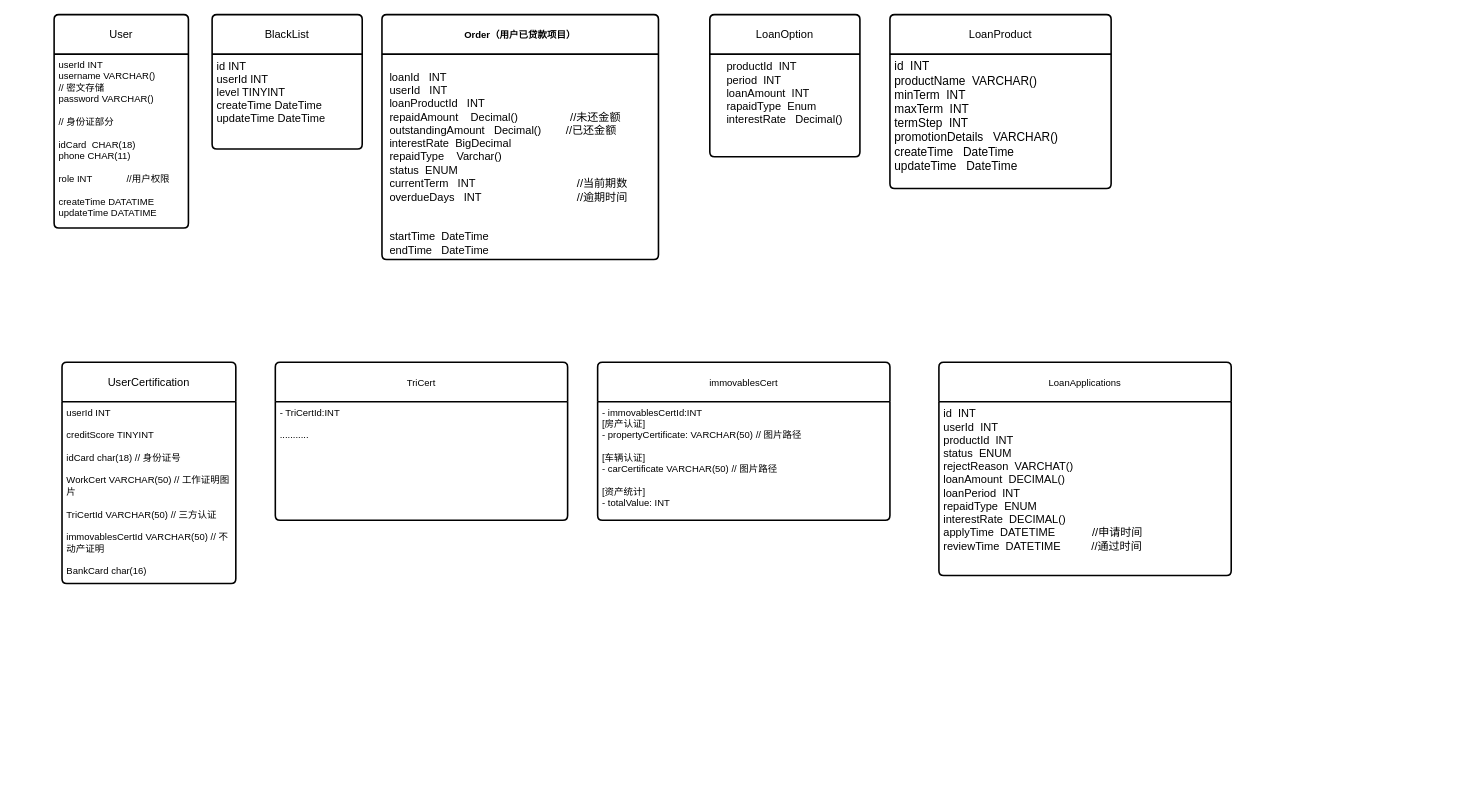
Earlier version of the draw.io diagram 需求分析/数据库图.drawio (syntheticfeather/Conpre_object). Source tidied: cells renumbered, new cells numbered last; positions are measured from the earlier drawing's top-left corner, leaving out a move shared by most shapes. Both pictures are drawn from the tidied source at 79%, with x=0, y=0 at pixel (54, 14).
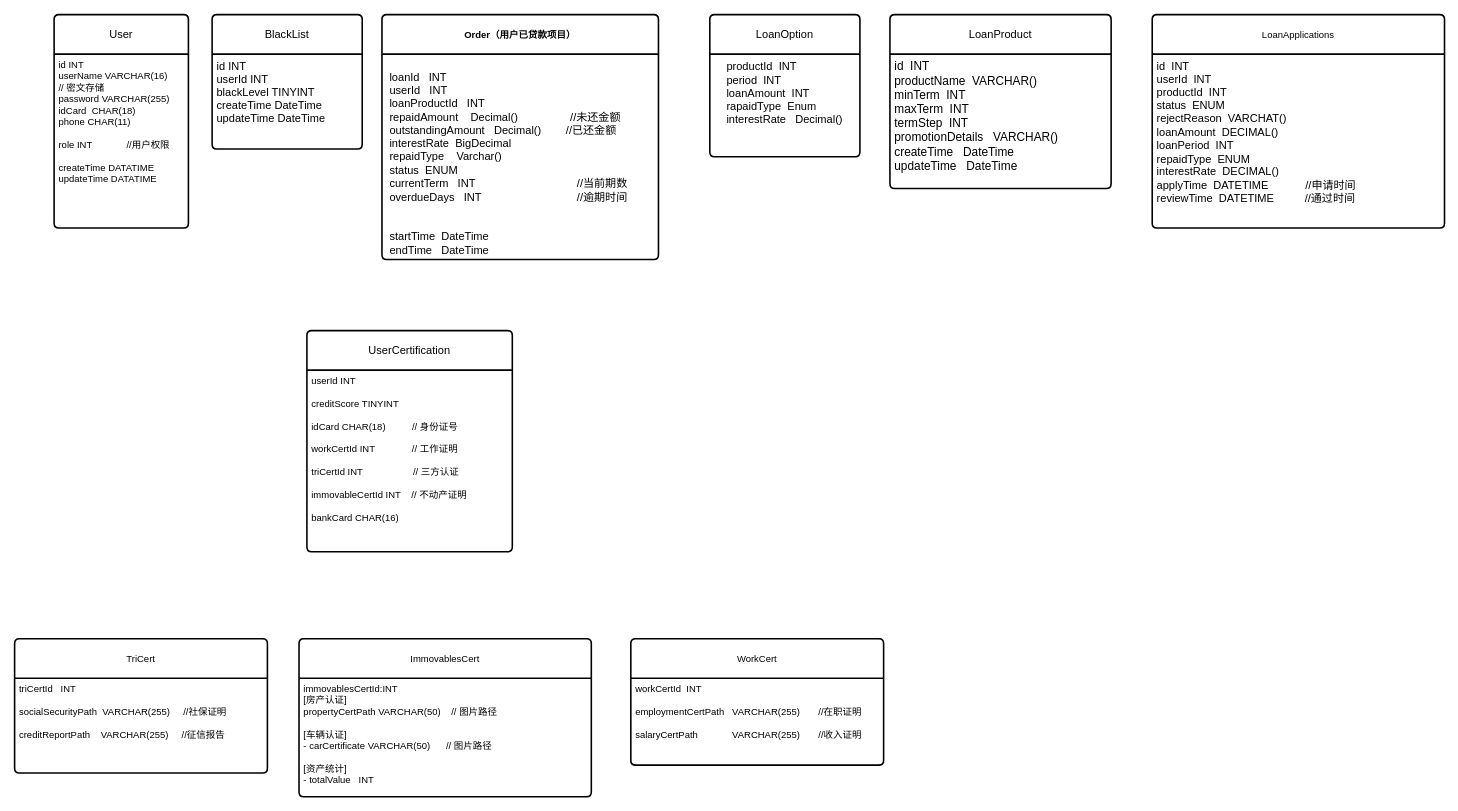
Above is the later version.

The change refers to these unchanged cells:
```xml
<mxCell id="6" value="User" style="swimlane;horizontal=1;startSize=50;rounded=1;fontSize=14;fontStyle=0;strokeWidth=2;shadow=0;dashed=0;align=center;arcSize=4;whiteSpace=wrap;html=1;" parent="1" vertex="1">
  <mxGeometry width="170" height="270" as="geometry" />
</mxCell>
<mxCell id="8" value="BlackList" style="swimlane;horizontal=1;startSize=50;rounded=1;fontSize=14;fontStyle=0;strokeWidth=2;shadow=0;dashed=0;align=center;arcSize=4;whiteSpace=wrap;html=1;" parent="1" vertex="1">
  <mxGeometry x="200" width="190" height="170" as="geometry" />
</mxCell>
```

What changed in the source:
```diff
@@
-    <mxCell id="7" value="userId INT&lt;div&gt;username VARCHAR()&lt;/div&gt;&lt;div&gt;// 密文存储&lt;/div&gt;&lt;div&gt;password VARCHAR()&lt;/div&gt;&lt;div&gt;&lt;br&gt;&lt;/div&gt;&lt;div&gt;// 身份证部分&lt;/div&gt;&lt;div&gt;&lt;br&gt;&lt;/div&gt;&lt;div&gt;idCard&amp;nbsp; CHAR(18)&lt;/div&gt;&lt;div&gt;phone&amp;nbsp;CHAR(11)&lt;/div&gt;&lt;div&gt;&lt;br&gt;&lt;/div&gt;&lt;div&gt;role INT&amp;nbsp; &amp;nbsp; &amp;nbsp; &amp;nbsp; &amp;nbsp; &amp;nbsp; &amp;nbsp;//用户权限&lt;/div&gt;&lt;div&gt;&lt;br&gt;&lt;/div&gt;&lt;div&gt;createTime&amp;nbsp;DATATIME&lt;/div&gt;&lt;div&gt;updateTime&amp;nbsp;DATATIME&lt;/div&gt;&lt;div&gt;&lt;br&gt;&lt;/div&gt;" style="align=left;strokeColor=none;fillColor=none;spacingLeft=4;spacingRight=4;fontSize=12;verticalAlign=top;html=1;whiteSpace=wrap;" parent="6" vertex="1">
+    <mxCell id="7" value="id INT&lt;div&gt;userName VARCHAR(16)&lt;/div&gt;&lt;div&gt;// 密文存储&lt;/div&gt;&lt;div&gt;password VARCHAR(255)&lt;/div&gt;&lt;div&gt;idCard&amp;nbsp; CHAR(18)&lt;/div&gt;&lt;div&gt;phone&amp;nbsp;CHAR(11)&lt;/div&gt;&lt;div&gt;&lt;br&gt;&lt;/div&gt;&lt;div&gt;role INT&amp;nbsp; &amp;nbsp; &amp;nbsp; &amp;nbsp; &amp;nbsp; &amp;nbsp; &amp;nbsp;//用户权限&lt;/div&gt;&lt;div&gt;&lt;br&gt;&lt;/div&gt;&lt;div&gt;createTime&amp;nbsp;DATATIME&lt;/div&gt;&lt;div&gt;updateTime&amp;nbsp;DATATIME&lt;/div&gt;&lt;div&gt;&lt;br&gt;&lt;/div&gt;" style="align=left;strokeColor=none;fillColor=none;spacingLeft=4;spacingRight=4;fontSize=12;verticalAlign=top;html=1;whiteSpace=wrap;" parent="6" vertex="1">
       <mxGeometry y="50" width="170" height="220" as="geometry" />
     </mxCell>
@@
-    <mxCell id="9" value="&lt;font style=&quot;font-size: 14px;&quot;&gt;id INT&lt;/font&gt;&lt;div&gt;&lt;span style=&quot;font-size: 14px;&quot;&gt;userId INT&lt;br&gt;&lt;/span&gt;&lt;div&gt;&lt;font style=&quot;font-size: 14px;&quot;&gt;level TINYINT&lt;/font&gt;&lt;/div&gt;&lt;div&gt;&lt;font style=&quot;font-size: 14px;&quot;&gt;createTime DateTime&lt;/font&gt;&lt;/div&gt;&lt;div&gt;&lt;font style=&quot;font-size: 14px;&quot;&gt;updateTime DateTime&lt;/font&gt;&lt;/div&gt;&lt;/div&gt;" style="align=left;strokeColor=none;fillColor=none;spacingLeft=4;spacingRight=4;fontSize=12;verticalAlign=top;html=1;whiteSpace=wrap;" parent="8" vertex="1">
+    <mxCell id="9" value="&lt;font style=&quot;font-size: 14px;&quot;&gt;id INT&lt;/font&gt;&lt;div&gt;&lt;span style=&quot;font-size: 14px;&quot;&gt;userId INT&lt;br&gt;&lt;/span&gt;&lt;div&gt;&lt;font style=&quot;font-size: 14px;&quot;&gt;blackLevel TINYINT&lt;/font&gt;&lt;/div&gt;&lt;div&gt;&lt;font style=&quot;font-size: 14px;&quot;&gt;createTime DateTime&lt;/font&gt;&lt;/div&gt;&lt;div&gt;&lt;font style=&quot;font-size: 14px;&quot;&gt;updateTime DateTime&lt;/font&gt;&lt;/div&gt;&lt;/div&gt;" style="align=left;strokeColor=none;fillColor=none;spacingLeft=4;spacingRight=4;fontSize=12;verticalAlign=top;html=1;whiteSpace=wrap;" parent="8" vertex="1">
       <mxGeometry y="50" width="190" height="120" as="geometry" />
     </mxCell>
     <mxCell id="10" value="UserCertification" style="swimlane;horizontal=1;startSize=50;rounded=1;fontSize=14;fontStyle=0;strokeWidth=2;shadow=0;dashed=0;align=center;arcSize=4;whiteSpace=wrap;html=1;" parent="1" vertex="1">
-      <mxGeometry x="10" y="440" width="220" height="280" as="geometry" />
+      <mxGeometry x="320" y="400" width="260" height="280" as="geometry" />
     </mxCell>
-    <mxCell id="11" value="&lt;div&gt;userId INT&lt;/div&gt;&lt;div&gt;&lt;br&gt;&lt;/div&gt;&lt;div&gt;creditScore&amp;nbsp;TINYINT&lt;/div&gt;&lt;div&gt;&lt;br&gt;&lt;/div&gt;idCard char(18) // 身份证号&lt;div&gt;&lt;br&gt;&lt;/div&gt;&lt;div&gt;WorkCert VARCHAR(50) // 工作证明图片&lt;/div&gt;&lt;div&gt;&lt;br&gt;&lt;/div&gt;&lt;div&gt;TriCertId VARCHAR(50) // 三方认证&lt;/div&gt;&lt;div&gt;&lt;br&gt;&lt;/div&gt;&lt;div&gt;immovablesCertId VARCHAR(50) // 不动产证明&lt;/div&gt;&lt;div&gt;&lt;br&gt;&lt;/div&gt;&lt;div&gt;BankCard char(16)&lt;/div&gt;" style="align=left;strokeColor=none;fillColor=none;spacingLeft=4;spacingRight=4;fontSize=12;verticalAlign=top;html=1;whiteSpace=wrap;" parent="10" vertex="1">
-      <mxGeometry y="50" width="220" height="230" as="geometry" />
+    <mxCell id="11" value="&lt;div&gt;userId INT&lt;/div&gt;&lt;div&gt;&lt;br&gt;&lt;/div&gt;&lt;div&gt;creditScore&amp;nbsp;TINYINT&lt;/div&gt;&lt;div&gt;&lt;br&gt;&lt;/div&gt;idCard CHAR(18)&amp;nbsp; &amp;nbsp; &amp;nbsp; &amp;nbsp; &amp;nbsp; // 身份证号&lt;div&gt;&lt;br&gt;&lt;/div&gt;&lt;div&gt;workCertId INT&amp;nbsp; &amp;nbsp; &amp;nbsp; &amp;nbsp; &amp;nbsp; &amp;nbsp; &amp;nbsp; // 工作证明&lt;/div&gt;&lt;div&gt;&lt;br&gt;&lt;/div&gt;&lt;div&gt;triCertId INT&amp;nbsp; &amp;nbsp; &amp;nbsp; &amp;nbsp; &amp;nbsp; &amp;nbsp; &amp;nbsp; &amp;nbsp; &amp;nbsp; &amp;nbsp;// 三方认证&lt;/div&gt;&lt;div&gt;&lt;br&gt;&lt;/div&gt;&lt;div&gt;immovableCertId INT&amp;nbsp; &amp;nbsp; // 不动产证明&lt;/div&gt;&lt;div&gt;&lt;br&gt;&lt;/div&gt;&lt;div&gt;bankCard CHAR(16)&lt;/div&gt;" style="align=left;strokeColor=none;fillColor=none;spacingLeft=4;spacingRight=4;fontSize=12;verticalAlign=top;html=1;whiteSpace=wrap;" parent="10" vertex="1">
+      <mxGeometry y="50" width="260" height="230" as="geometry" />
     </mxCell>
-    <mxCell id="12" value="&lt;span style=&quot;font-size: 12px; text-align: left;&quot;&gt;immovablesCert&lt;/span&gt;" style="swimlane;horizontal=1;startSize=50;rounded=1;fontSize=14;fontStyle=0;strokeWidth=2;shadow=0;dashed=0;align=center;arcSize=4;whiteSpace=wrap;html=1;" parent="1" vertex="1">
-      <mxGeometry x="688" y="440" width="370" height="200" as="geometry" />
+    <mxCell id="12" value="&lt;span style=&quot;font-size: 12px; text-align: left;&quot;&gt;ImmovablesCert&lt;/span&gt;" style="swimlane;horizontal=1;startSize=50;rounded=1;fontSize=14;fontStyle=0;strokeWidth=2;shadow=0;dashed=0;align=center;arcSize=4;whiteSpace=wrap;html=1;" parent="1" vertex="1">
+      <mxGeometry x="310" y="790" width="370" height="200" as="geometry" />
     </mxCell>
-    <mxCell id="13" value="&lt;div&gt;- immovablesCertId:INT&lt;/div&gt;&lt;div&gt;[房产认证]&lt;/div&gt;&lt;div&gt;- propertyCertificate: VARCHAR(50) // 图片路径&lt;/div&gt;&lt;div&gt;&lt;div&gt;&lt;br&gt;&lt;/div&gt;&lt;div&gt;[车辆认证]&lt;/div&gt;&lt;div&gt;- carCertificate VARCHAR(50) // 图片路径&lt;/div&gt;&lt;div&gt;&lt;br&gt;&lt;/div&gt;&lt;div&gt;[资产统计]&lt;/div&gt;&lt;div&gt;- totalValue: INT&lt;/div&gt;&lt;/div&gt;" style="align=left;strokeColor=none;fillColor=none;spacingLeft=4;spacingRight=4;fontSize=12;verticalAlign=top;html=1;whiteSpace=wrap;" parent="12" vertex="1">
+    <mxCell id="13" value="&lt;div&gt;immovablesCertId:INT&lt;/div&gt;&lt;div&gt;[房产认证]&lt;/div&gt;&lt;div&gt;propertyCertPath VARCHAR(50)&amp;nbsp; &amp;nbsp; // 图片路径&lt;/div&gt;&lt;div&gt;&lt;div&gt;&lt;br&gt;&lt;/div&gt;&lt;div&gt;[车辆认证]&lt;/div&gt;&lt;div&gt;- carCertificate VARCHAR(50)&amp;nbsp; &amp;nbsp; &amp;nbsp; // 图片路径&lt;/div&gt;&lt;div&gt;&lt;br&gt;&lt;/div&gt;&lt;div&gt;[资产统计]&lt;/div&gt;&lt;div&gt;- totalValue&amp;nbsp; &amp;nbsp;INT&lt;/div&gt;&lt;/div&gt;" style="align=left;strokeColor=none;fillColor=none;spacingLeft=4;spacingRight=4;fontSize=12;verticalAlign=top;html=1;whiteSpace=wrap;" parent="12" vertex="1">
       <mxGeometry y="50" width="370" height="150" as="geometry" />
     </mxCell>
     <mxCell id="14" value="&lt;span style=&quot;font-size: 12px; text-align: left;&quot;&gt;TriCert&lt;/span&gt;" style="swimlane;horizontal=1;startSize=50;rounded=1;fontSize=14;fontStyle=0;strokeWidth=2;shadow=0;dashed=0;align=center;arcSize=4;whiteSpace=wrap;html=1;" parent="1" vertex="1">
-      <mxGeometry x="280" y="440" width="370" height="200" as="geometry" />
+      <mxGeometry x="-50" y="790" width="320" height="170" as="geometry" />
     </mxCell>
-    <mxCell id="15" value="&lt;div&gt;- TriCertId:INT&lt;/div&gt;&lt;div&gt;&lt;br&gt;&lt;/div&gt;&lt;div&gt;...........&lt;/div&gt;" style="align=left;strokeColor=none;fillColor=none;spacingLeft=4;spacingRight=4;fontSize=12;verticalAlign=top;html=1;whiteSpace=wrap;" parent="14" vertex="1">
-      <mxGeometry y="50" width="370" height="150" as="geometry" />
+    <mxCell id="15" value="&lt;div&gt;triCertId&amp;nbsp; &amp;nbsp;INT&lt;/div&gt;&lt;div&gt;&lt;br&gt;&lt;/div&gt;&lt;div&gt;socialSecurityPath&amp;nbsp; VARCHAR(255)&amp;nbsp; &amp;nbsp; &amp;nbsp;//社保证明&lt;/div&gt;&lt;div&gt;&lt;br&gt;&lt;/div&gt;&lt;div&gt;creditReportPath&amp;nbsp; &amp;nbsp; VARCHAR(255)&amp;nbsp; &amp;nbsp; &amp;nbsp;//征信报告&lt;/div&gt;&lt;div&gt;&lt;br&gt;&lt;/div&gt;&lt;div&gt;&lt;br&gt;&lt;/div&gt;" style="align=left;strokeColor=none;fillColor=none;spacingLeft=4;spacingRight=4;fontSize=12;verticalAlign=top;html=1;whiteSpace=wrap;" parent="14" vertex="1">
+      <mxGeometry y="50" width="320" height="120" as="geometry" />
     </mxCell>
@@
     <mxCell id="18" value="&lt;span style=&quot;font-size: 12px; text-align: left;&quot;&gt;LoanApplications&lt;/span&gt;" style="swimlane;horizontal=1;startSize=50;rounded=1;fontSize=14;fontStyle=0;strokeWidth=2;shadow=0;dashed=0;align=center;arcSize=4;whiteSpace=wrap;html=1;" parent="1" vertex="1">
-      <mxGeometry x="1120" y="440" width="370" height="270" as="geometry" />
+      <mxGeometry x="1390" width="370" height="270" as="geometry" />
     </mxCell>
@@
+    <mxCell id="20" value="&lt;div style=&quot;text-align: left;&quot;&gt;&lt;span style=&quot;background-color: transparent; color: light-dark(rgb(0, 0, 0), rgb(255, 255, 255)); font-size: 12px;&quot;&gt;WorkCert&lt;/span&gt;&lt;/div&gt;" style="swimlane;horizontal=1;startSize=50;rounded=1;fontSize=14;fontStyle=0;strokeWidth=2;shadow=0;dashed=0;align=center;arcSize=4;whiteSpace=wrap;html=1;" parent="1" vertex="1">
+      <mxGeometry x="730" y="790" width="320" height="160" as="geometry" />
+    </mxCell>
+    <mxCell id="21" value="&lt;div&gt;workCertId&amp;nbsp; INT&lt;/div&gt;&lt;div&gt;&lt;br&gt;&lt;/div&gt;&lt;div&gt;employmentCertPath&amp;nbsp; &amp;nbsp;VARCHAR(255)&amp;nbsp; &amp;nbsp; &amp;nbsp; &amp;nbsp;//在职证明&lt;/div&gt;&lt;div&gt;&lt;br&gt;&lt;/div&gt;&lt;div&gt;salaryCertPath&amp;nbsp; &amp;nbsp; &amp;nbsp; &amp;nbsp; &amp;nbsp; &amp;nbsp; &amp;nbsp;VARCHAR(255)&amp;nbsp; &amp;nbsp; &amp;nbsp; &amp;nbsp;//收入证明&lt;/div&gt;" style="align=left;strokeColor=none;fillColor=none;spacingLeft=4;spacingRight=4;fontSize=12;verticalAlign=top;html=1;whiteSpace=wrap;" parent="20" vertex="1">
+      <mxGeometry y="50" width="320" height="110" as="geometry" />
+    </mxCell>
```
